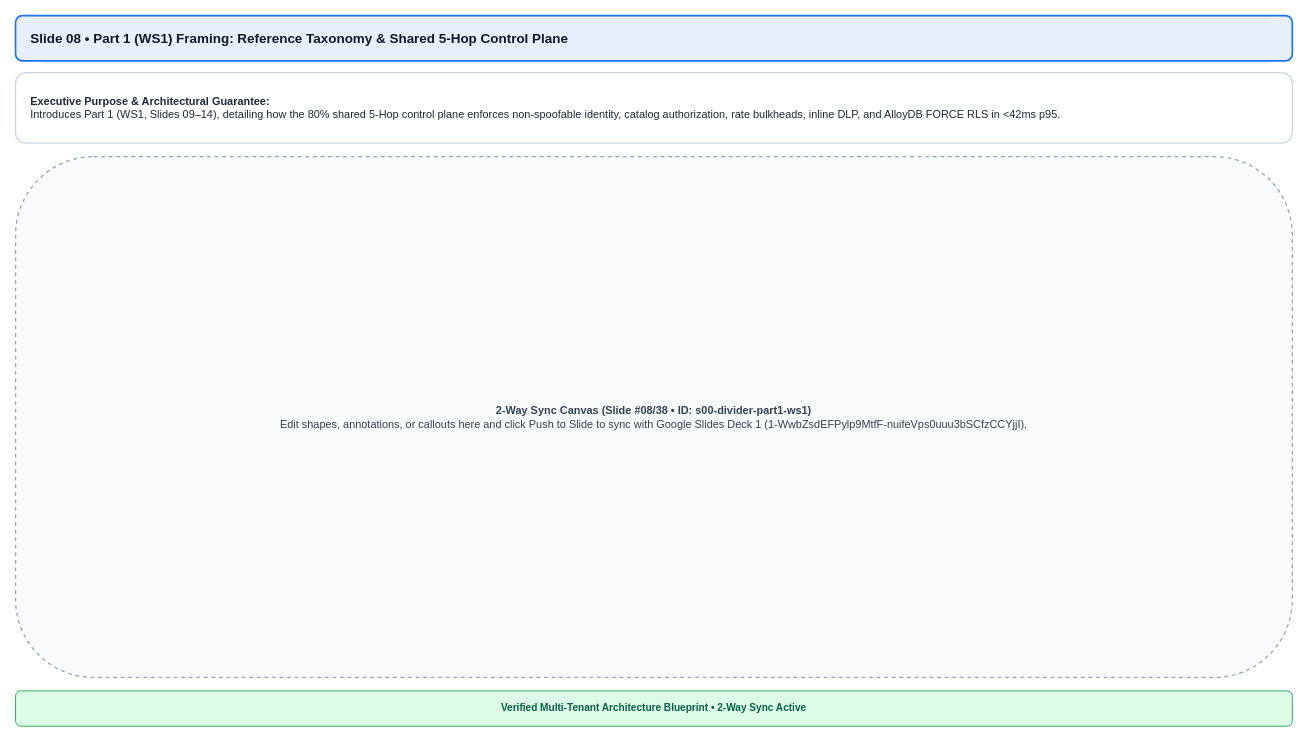
Above: diagrams/compendium/drawio/s00-divider-part1-ws1.drawio in nitinaggarwal-12/blogs (draw.io), before the change. Source tidied: cells renumbered, new cells numbered last; positions are measured from the earlier drawing's top-left corner, leaving out a move shared by most shapes. Both pictures are drawn from the tidied source at 84%, with x=0, y=0 at pixel (15, 15).
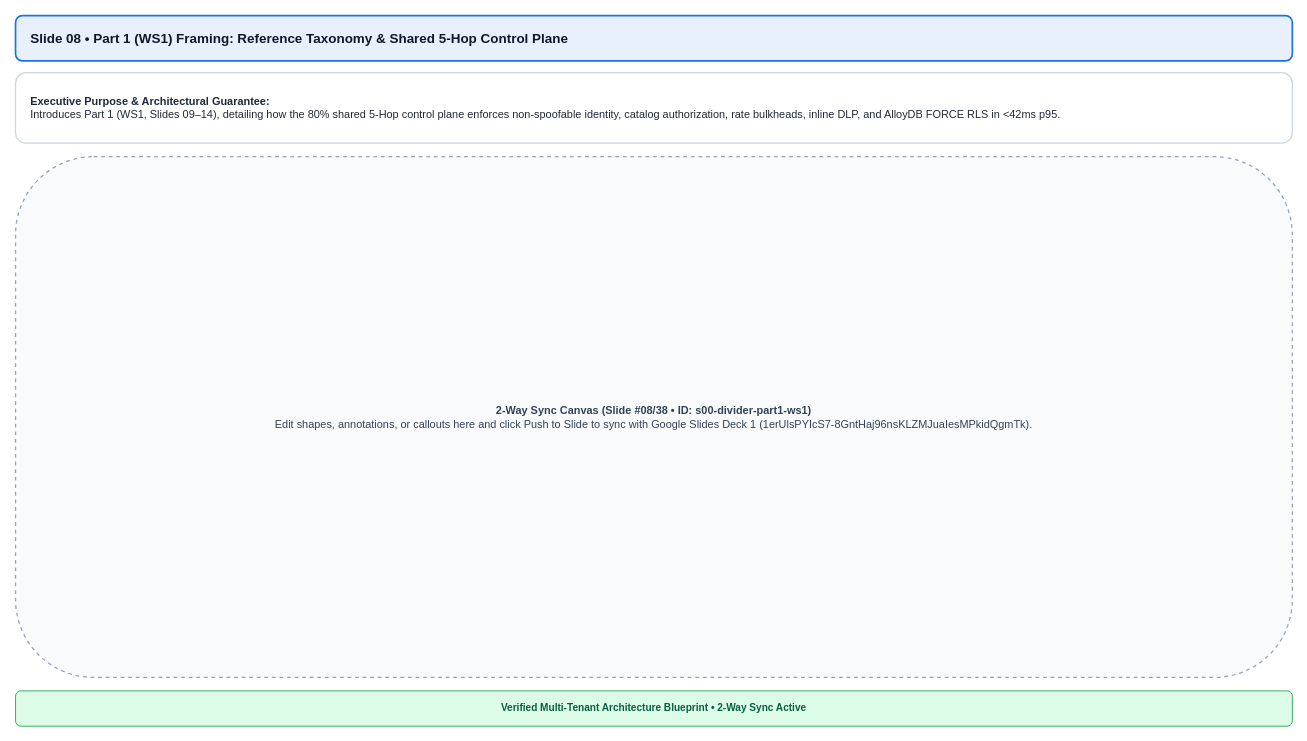
After the change.

Diff of the diagram source:
```diff
@@
 <mxGraphModel>
   <root>
     <mxCell id="0" />
     <mxCell id="1" parent="0" />
     <mxCell id="2" value="&lt;b&gt;Slide 08 • Part 1 (WS1) Framing: Reference Taxonomy &amp; Shared 5-Hop Control Plane&lt;/b&gt;" style="rounded=1;whiteSpace=wrap;html=1;fillColor=#e8f0fe;strokeColor=#1a73e8;fontColor=#0f172a;fontSize=16;align=left;spacingLeft=16;strokeWidth=2;" parent="1" vertex="1">
       <mxGeometry width="1520" height="54" as="geometry" />
     </mxCell>
     <mxCell id="3" value="&lt;b&gt;Executive Purpose &amp; Architectural Guarantee:&lt;/b&gt;&lt;br&gt;Introduces Part 1 (WS1, Slides 09–14), detailing how the 80% shared 5-Hop control plane enforces non-spoofable identity, catalog authorization, rate bulkheads, inline DLP, and AlloyDB FORCE RLS in &lt;42ms p95." style="rounded=1;whiteSpace=wrap;html=1;fillColor=#ffffff;strokeColor=#cbd5e1;fontColor=#1e293b;fontSize=13;align=left;spacingLeft=16;spacingRight=16;strokeWidth=1.5;" parent="1" vertex="1">
       <mxGeometry y="68" width="1520" height="84" as="geometry" />
     </mxCell>
-    <mxCell id="4" value="&lt;b&gt;2-Way Sync Canvas (Slide #08/38 • ID: s00-divider-part1-ws1)&lt;/b&gt;&lt;br&gt;Edit shapes, annotations, or callouts here and click Push to Slide to sync with Google Slides Deck 1 (1-WwbZsdEFPylp9MtfF-nuifeVps0uuu3bSCfzCCYjjI)." style="rounded=1;whiteSpace=wrap;html=1;fillColor=#f8fafc;strokeColor=#94a3b8;dashed=1;fontColor=#334155;fontSize=13;align=center;verticalAlign=middle;strokeWidth=1.5;" parent="1" vertex="1">
+    <mxCell id="4" value="&lt;b&gt;2-Way Sync Canvas (Slide #08/38 • ID: s00-divider-part1-ws1)&lt;/b&gt;&lt;br&gt;Edit shapes, annotations, or callouts here and click Push to Slide to sync with Google Slides Deck 1 (1erUlsPYIcS7-8GntHaj96nsKLZMJuaIesMPkidQgmTk)." style="rounded=1;whiteSpace=wrap;html=1;fillColor=#f8fafc;strokeColor=#94a3b8;dashed=1;fontColor=#334155;fontSize=13;align=center;verticalAlign=middle;strokeWidth=1.5;" parent="1" vertex="1">
       <mxGeometry y="168" width="1520" height="620" as="geometry" />
     </mxCell>
     <mxCell id="5" value="Verified Multi-Tenant Architecture Blueprint • 2-Way Sync Active" style="rounded=1;whiteSpace=wrap;html=1;fillColor=#dcfce7;strokeColor=#16a34a;fontColor=#065f46;fontSize=12;fontStyle=1;align=center;" parent="1" vertex="1">
       <mxGeometry y="804" width="1520" height="42" as="geometry" />
     </mxCell>
   </root>
 </mxGraphModel>
```
